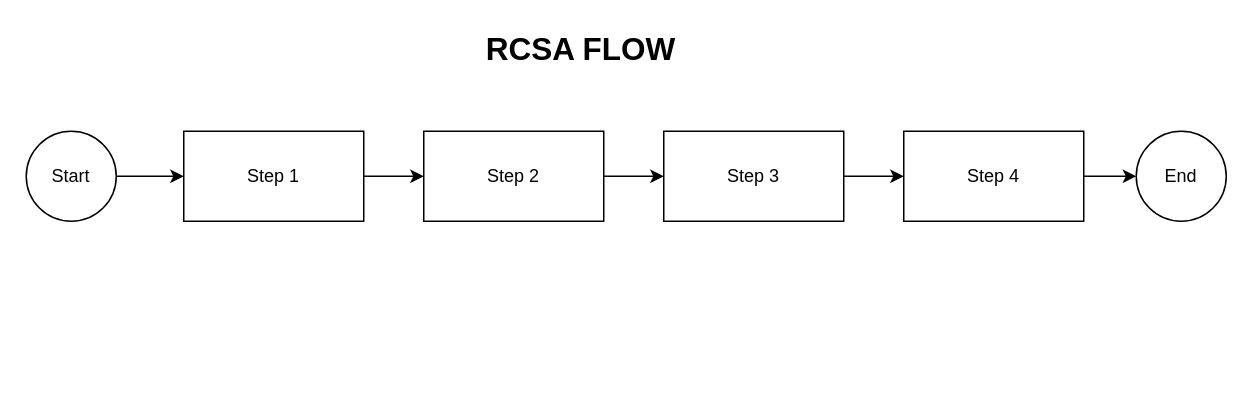
Above: page "RCSA FLOW" (2 of 9) of ICOFR.drawio in AvikM1996/draw.io (draw.io), before the change. Source tidied: cells renumbered, new cells numbered last; positions are measured from the earlier drawing's top-left corner, leaving out a move shared by most shapes. Both pictures are drawn from the tidied source at 150%, with x=0, y=0 at pixel (26, 26).
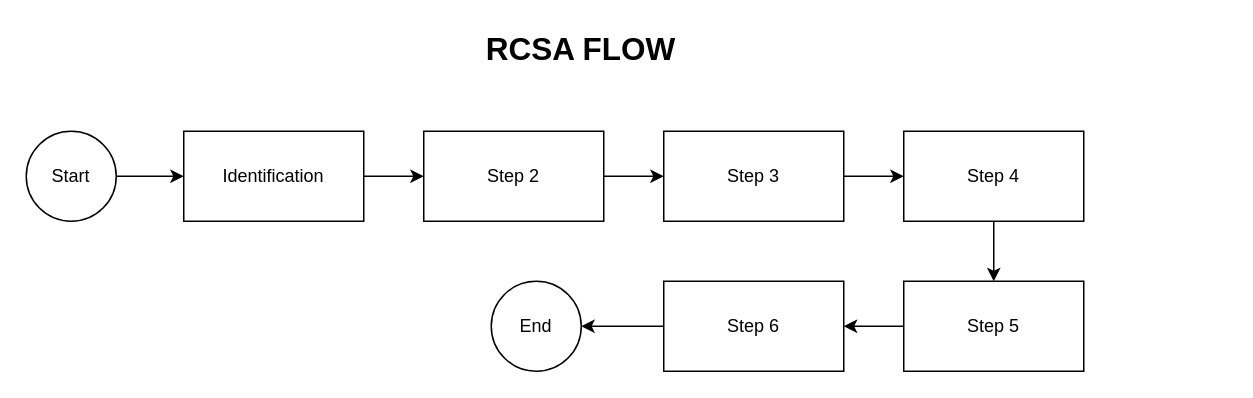
The same diagram, later.

What changed in the source:
```diff
@@
 <mxGraphModel>
   <root>
     <mxCell id="0" />
     <mxCell id="1" parent="0" />
     <mxCell id="2" value="&lt;font style=&quot;font-size: 21px;&quot;&gt;&lt;b&gt;RCSA FLOW&lt;/b&gt;&lt;/font&gt;" style="text;html=1;whiteSpace=wrap;strokeColor=none;fillColor=none;align=center;verticalAlign=middle;rounded=0;" parent="1" vertex="1">
       <mxGeometry x="290" width="160" height="30" as="geometry" />
     </mxCell>
     <mxCell id="3" style="edgeStyle=orthogonalEdgeStyle;rounded=0;jettySize=auto;html=1;exitX=1;exitY=0.5;exitDx=0;exitDy=0;entryX=0;entryY=0.5;entryDx=0;entryDy=0;" parent="1" edge="1" source="4" target="8">
       <mxGeometry relative="1" as="geometry" />
     </mxCell>
-    <mxCell id="4" value="Step 1" style="rounded=0;whiteSpace=wrap;html=1;" parent="1" vertex="1">
+    <mxCell id="4" value="Identification" style="rounded=0;whiteSpace=wrap;html=1;" parent="1" vertex="1">
       <mxGeometry x="105" y="70" width="120" height="60" as="geometry" />
     </mxCell>
     <mxCell id="5" style="edgeStyle=orthogonalEdgeStyle;rounded=0;jettySize=auto;html=1;exitX=1;exitY=0.5;exitDx=0;exitDy=0;entryX=0;entryY=0.5;entryDx=0;entryDy=0;" parent="1" edge="1" source="6" target="10">
       <mxGeometry relative="1" as="geometry" />
     </mxCell>
     <mxCell id="6" value="Step 3" style="rounded=0;whiteSpace=wrap;html=1;" parent="1" vertex="1">
       <mxGeometry x="425" y="70" width="120" height="60" as="geometry" />
     </mxCell>
     <mxCell id="7" style="edgeStyle=orthogonalEdgeStyle;rounded=0;jettySize=auto;html=1;exitX=1;exitY=0.5;exitDx=0;exitDy=0;entryX=0;entryY=0.5;entryDx=0;entryDy=0;" parent="1" edge="1" source="8" target="6">
       <mxGeometry relative="1" as="geometry" />
     </mxCell>
     <mxCell id="8" value="Step 2" style="rounded=0;whiteSpace=wrap;html=1;" parent="1" vertex="1">
       <mxGeometry x="265" y="70" width="120" height="60" as="geometry" />
     </mxCell>
-    <mxCell id="9" style="edgeStyle=orthogonalEdgeStyle;rounded=0;jettySize=auto;html=1;exitX=1;exitY=0.5;exitDx=0;exitDy=0;entryX=0;entryY=0.5;entryDx=0;entryDy=0;" parent="1" edge="1" source="10" target="13">
-      <mxGeometry relative="1" as="geometry" />
-    </mxCell>
+    <mxCell id="14" style="edgeStyle=orthogonalEdgeStyle;rounded=0;jettySize=auto;html=1;exitX=0.5;exitY=1;exitDx=0;exitDy=0;entryX=0.5;entryY=0;entryDx=0;entryDy=0;" parent="1" edge="1" source="10" target="16">
+      <mxGeometry relative="1" as="geometry" />
+    </mxCell>
     <mxCell id="10" value="Step 4" style="rounded=0;whiteSpace=wrap;html=1;" parent="1" vertex="1">
       <mxGeometry x="585" y="70" width="120" height="60" as="geometry" />
     </mxCell>
     <mxCell id="11" style="edgeStyle=orthogonalEdgeStyle;rounded=0;jettySize=auto;html=1;entryX=0;entryY=0.5;entryDx=0;entryDy=0;" parent="1" edge="1" source="12" target="4">
       <mxGeometry relative="1" as="geometry" />
     </mxCell>
     <mxCell id="12" value="Start" style="ellipse;whiteSpace=wrap;html=1;" parent="1" vertex="1">
       <mxGeometry y="70" width="60" height="60" as="geometry" />
     </mxCell>
     <mxCell id="13" value="End" style="ellipse;whiteSpace=wrap;html=1;" parent="1" vertex="1">
-      <mxGeometry x="740" y="70" width="60" height="60" as="geometry" />
+      <mxGeometry x="310" y="170" width="60" height="60" as="geometry" />
     </mxCell>
+    <mxCell id="15" style="edgeStyle=orthogonalEdgeStyle;rounded=0;jettySize=auto;html=1;exitX=0;exitY=0.5;exitDx=0;exitDy=0;entryX=1;entryY=0.5;entryDx=0;entryDy=0;" parent="1" edge="1" source="16" target="18">
+      <mxGeometry relative="1" as="geometry" />
+    </mxCell>
+    <mxCell id="16" value="Step 5" style="rounded=0;whiteSpace=wrap;html=1;" parent="1" vertex="1">
+      <mxGeometry x="585" y="170" width="120" height="60" as="geometry" />
+    </mxCell>
+    <mxCell id="17" style="edgeStyle=orthogonalEdgeStyle;rounded=0;jettySize=auto;html=1;exitX=0;exitY=0.5;exitDx=0;exitDy=0;entryX=1;entryY=0.5;entryDx=0;entryDy=0;" parent="1" edge="1" source="18" target="13">
+      <mxGeometry relative="1" as="geometry" />
+    </mxCell>
+    <mxCell id="18" value="Step 6" style="rounded=0;whiteSpace=wrap;html=1;" parent="1" vertex="1">
+      <mxGeometry x="425" y="170" width="120" height="60" as="geometry" />
+    </mxCell>
   </root>
 </mxGraphModel>
```
